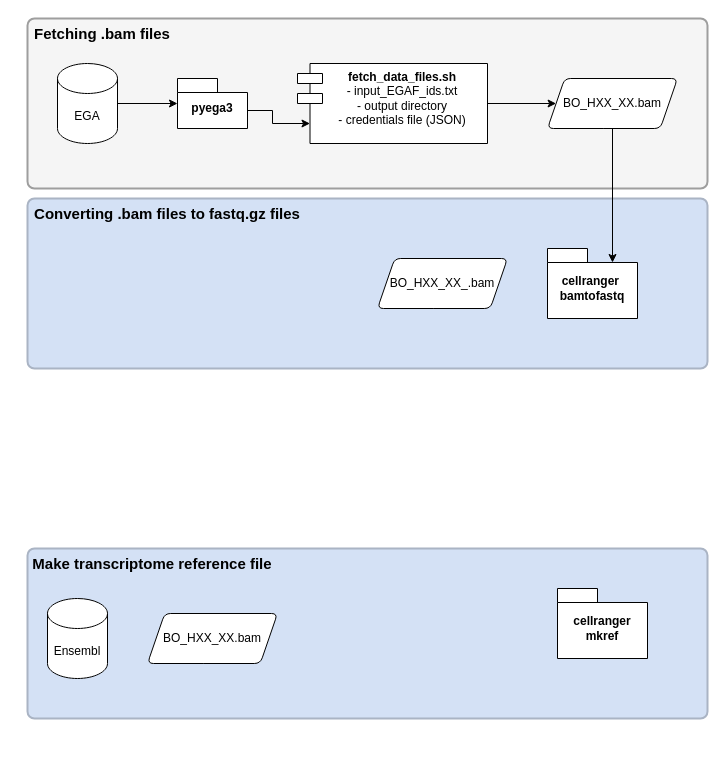
Before: Untitled Diagram.drawio in degommers/PKP2_cardio_snRNAseq, a draw.io diagram. Source tidied: cells renumbered, new cells numbered last; positions are measured from the earlier drawing's top-left corner, leaving out a move shared by most shapes. Both pictures are drawn from the tidied source at 100%, with x=0, y=0 at pixel (27, 18).
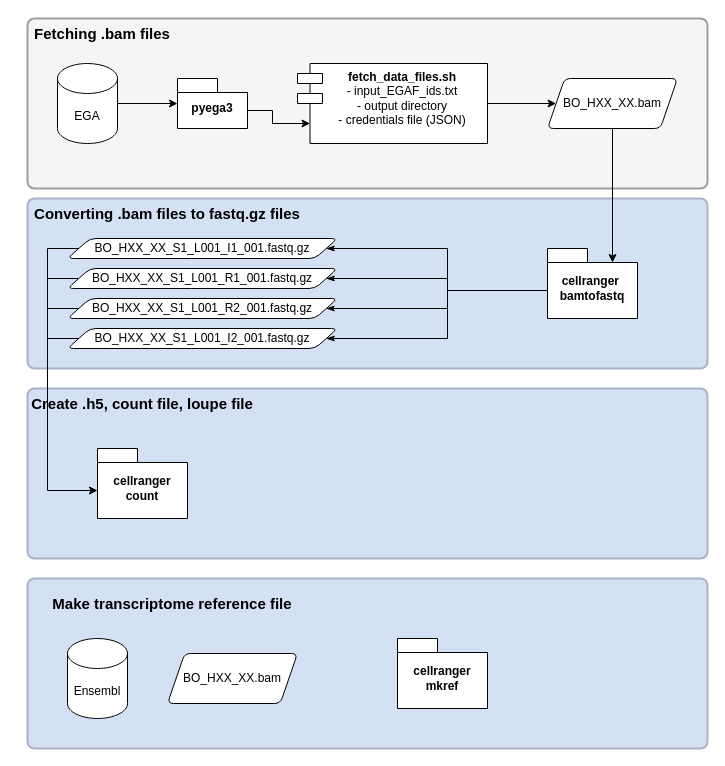
The same diagram, later.

Unchanged cells that the change refers to:
```xml
<mxCell id="13" value="cellranger&amp;nbsp;&lt;div&gt;bamtofastq&lt;/div&gt;" style="shape=folder;fontStyle=1;spacingTop=10;tabWidth=40;tabHeight=14;tabPosition=left;html=1;whiteSpace=wrap;" parent="1" vertex="1">
  <mxGeometry x="520" y="230" width="90" height="70" as="geometry" />
</mxCell>
```

Diff of the diagram source:
```diff
@@
+    <mxCell id="21" style="edgeStyle=orthogonalEdgeStyle;rounded=0;jettySize=auto;html=1;exitX=0;exitY=0;exitDx=0;exitDy=42;exitPerimeter=0;entryX=1;entryY=0.5;entryDx=0;entryDy=0;endArrow=classicThin;endFill=1;" parent="1" edge="1" source="13" target="15">
+      <mxGeometry relative="1" as="geometry">
+        <Array as="points">
+          <mxPoint x="420" y="272" />
+          <mxPoint x="420" y="230" />
+        </Array>
+      </mxGeometry>
+    </mxCell>
+    <mxCell id="22" style="edgeStyle=orthogonalEdgeStyle;rounded=0;jettySize=auto;html=1;entryX=1;entryY=0.5;entryDx=0;entryDy=0;exitX=0;exitY=0;exitDx=0;exitDy=42;exitPerimeter=0;endArrow=classicThin;endFill=1;" parent="1" edge="1" source="13" target="29">
+      <mxGeometry relative="1" as="geometry">
+        <Array as="points">
+          <mxPoint x="420" y="272" />
+          <mxPoint x="420" y="260" />
+        </Array>
+      </mxGeometry>
+    </mxCell>
+    <mxCell id="23" style="edgeStyle=orthogonalEdgeStyle;rounded=0;jettySize=auto;html=1;exitX=0;exitY=0;exitDx=0;exitDy=42;exitPerimeter=0;entryX=1;entryY=0.5;entryDx=0;entryDy=0;endArrow=classicThin;endFill=1;" parent="1" edge="1" source="13" target="31">
+      <mxGeometry relative="1" as="geometry">
+        <Array as="points">
+          <mxPoint x="420" y="272" />
+          <mxPoint x="420" y="290" />
+        </Array>
+      </mxGeometry>
+    </mxCell>
+    <mxCell id="24" style="edgeStyle=orthogonalEdgeStyle;rounded=0;jettySize=auto;html=1;exitX=0;exitY=0;exitDx=0;exitDy=42;exitPerimeter=0;entryX=1;entryY=0.5;entryDx=0;entryDy=0;endArrow=classicThin;endFill=1;" parent="1" edge="1" source="13" target="33">
+      <mxGeometry relative="1" as="geometry">
+        <Array as="points">
+          <mxPoint x="420" y="272" />
+          <mxPoint x="420" y="320" />
+        </Array>
+      </mxGeometry>
+    </mxCell>
@@
-    <mxCell id="15" value="BO_HXX_XX_.bam" style="shape=parallelogram;html=1;strokeWidth=1;perimeter=parallelogramPerimeter;whiteSpace=wrap;rounded=1;arcSize=12;size=0.1323529411764706;" parent="1" vertex="1">
-      <mxGeometry x="350" y="240" width="130" height="50" as="geometry" />
+    <mxCell id="15" value="BO_HXX_XX_S1_L001_I1_001.fastq.gz" style="shape=parallelogram;html=1;strokeWidth=1;perimeter=parallelogramPerimeter;whiteSpace=wrap;rounded=1;arcSize=12;size=0.08333333333333333;" parent="1" vertex="1">
+      <mxGeometry x="40" y="220" width="270" height="20" as="geometry" />
     </mxCell>
     <mxCell id="16" style="rounded=1;whiteSpace=wrap;html=1;absoluteArcSize=1;arcSize=14;strokeWidth=2;fillColor=#D4E1F5;strokeColor=#AAB4C4;" parent="1" vertex="1">
-      <mxGeometry y="530" width="680" height="170" as="geometry" />
+      <mxGeometry y="560" width="680" height="170" as="geometry" />
     </mxCell>
     <mxCell id="17" value="Make transcriptome reference file" style="text;html=1;align=center;verticalAlign=middle;whiteSpace=wrap;rounded=0;fontStyle=1;fontSize=15;" parent="1" vertex="1">
-      <mxGeometry y="530" width="250" height="30" as="geometry" />
+      <mxGeometry x="20" y="570" width="250" height="30" as="geometry" />
     </mxCell>
     <mxCell id="18" value="cellranger mkref" style="shape=folder;fontStyle=1;spacingTop=10;tabWidth=40;tabHeight=14;tabPosition=left;html=1;whiteSpace=wrap;" parent="1" vertex="1">
-      <mxGeometry x="530" y="570" width="90" height="70" as="geometry" />
+      <mxGeometry x="370" y="620" width="90" height="70" as="geometry" />
     </mxCell>
     <mxCell id="19" value="Ensembl" style="shape=cylinder3;whiteSpace=wrap;html=1;boundedLbl=1;backgroundOutline=1;size=15;" parent="1" vertex="1">
-      <mxGeometry x="20" y="580" width="60" height="80" as="geometry" />
+      <mxGeometry x="40" y="620" width="60" height="80" as="geometry" />
     </mxCell>
     <mxCell id="20" value="BO_HXX_XX.bam" style="shape=parallelogram;html=1;strokeWidth=1;perimeter=parallelogramPerimeter;whiteSpace=wrap;rounded=1;arcSize=12;size=0.1323529411764706;" parent="1" vertex="1">
-      <mxGeometry x="120" y="595" width="130" height="50" as="geometry" />
+      <mxGeometry x="140" y="635" width="130" height="50" as="geometry" />
     </mxCell>
+    <mxCell id="25" style="rounded=1;whiteSpace=wrap;html=1;absoluteArcSize=1;arcSize=14;strokeWidth=2;fillColor=#D4E1F5;strokeColor=#AAB4C4;" parent="1" vertex="1">
+      <mxGeometry y="370" width="680" height="170" as="geometry" />
+    </mxCell>
+    <mxCell id="26" value="Create .h5, count file, loupe file" style="text;html=1;align=center;verticalAlign=middle;whiteSpace=wrap;rounded=0;fontStyle=1;fontSize=15;" parent="1" vertex="1">
+      <mxGeometry x="-10" y="370" width="250" height="30" as="geometry" />
+    </mxCell>
+    <mxCell id="27" value="cellranger count" style="shape=folder;fontStyle=1;spacingTop=10;tabWidth=40;tabHeight=14;tabPosition=left;html=1;whiteSpace=wrap;" parent="1" vertex="1">
+      <mxGeometry x="70" y="430" width="90" height="70" as="geometry" />
+    </mxCell>
+    <mxCell id="28" style="edgeStyle=orthogonalEdgeStyle;rounded=0;jettySize=auto;html=1;exitX=0;exitY=0.5;exitDx=0;exitDy=0;endArrow=none;endFill=0;" parent="1" edge="1" source="29">
+      <mxGeometry relative="1" as="geometry">
+        <mxPoint x="20" y="259.9" as="targetPoint" />
+      </mxGeometry>
+    </mxCell>
+    <mxCell id="29" value="BO_HXX_XX_S1_L001_R1_001.fastq.gz" style="shape=parallelogram;html=1;strokeWidth=1;perimeter=parallelogramPerimeter;whiteSpace=wrap;rounded=1;arcSize=12;size=0.08333333333333333;" parent="1" vertex="1">
+      <mxGeometry x="40" y="250" width="270" height="20" as="geometry" />
+    </mxCell>
+    <mxCell id="30" style="edgeStyle=orthogonalEdgeStyle;rounded=0;jettySize=auto;html=1;exitX=0;exitY=0.5;exitDx=0;exitDy=0;endArrow=none;endFill=0;" parent="1" edge="1" source="31">
+      <mxGeometry relative="1" as="geometry">
+        <mxPoint x="20" y="289.9" as="targetPoint" />
+      </mxGeometry>
+    </mxCell>
+    <mxCell id="31" value="BO_HXX_XX_S1_L001_R2_001.fastq.gz" style="shape=parallelogram;html=1;strokeWidth=1;perimeter=parallelogramPerimeter;whiteSpace=wrap;rounded=1;arcSize=12;size=0.08333333333333333;" parent="1" vertex="1">
+      <mxGeometry x="40" y="280" width="270" height="20" as="geometry" />
+    </mxCell>
+    <mxCell id="32" style="edgeStyle=orthogonalEdgeStyle;rounded=0;jettySize=auto;html=1;exitX=0;exitY=0.5;exitDx=0;exitDy=0;endArrow=none;endFill=0;" parent="1" edge="1" source="33">
+      <mxGeometry relative="1" as="geometry">
+        <mxPoint x="20" y="319.9" as="targetPoint" />
+      </mxGeometry>
+    </mxCell>
+    <mxCell id="33" value="BO_HXX_XX_S1_L001_I2_001.fastq.gz" style="shape=parallelogram;html=1;strokeWidth=1;perimeter=parallelogramPerimeter;whiteSpace=wrap;rounded=1;arcSize=12;size=0.08333333333333333;" parent="1" vertex="1">
+      <mxGeometry x="40" y="310" width="270" height="20" as="geometry" />
+    </mxCell>
+    <mxCell id="34" style="edgeStyle=orthogonalEdgeStyle;rounded=0;jettySize=auto;html=1;exitX=0;exitY=0.5;exitDx=0;exitDy=0;entryX=0;entryY=0;entryDx=0;entryDy=42;entryPerimeter=0;" parent="1" edge="1" source="15" target="27">
+      <mxGeometry relative="1" as="geometry">
+        <Array as="points">
+          <mxPoint x="20" y="230" />
+          <mxPoint x="20" y="472" />
+        </Array>
+      </mxGeometry>
+    </mxCell>
```
